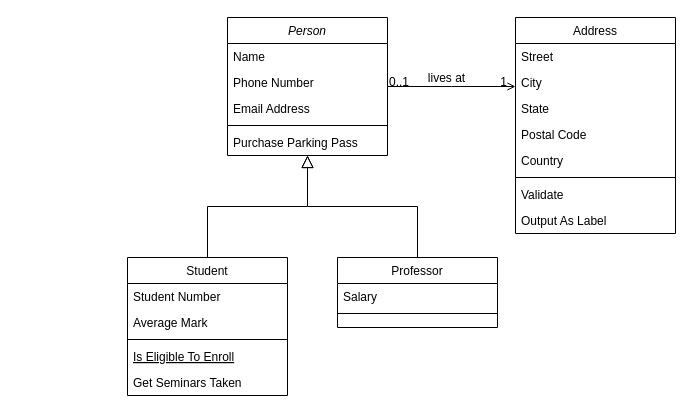
The draw.io diagram LinkShare Class Diagram.drawio in VinCoD/ERDs, before the edit. Source tidied: cells renumbered, new cells numbered last; positions are measured from the earlier drawing's top-left corner, leaving out a move shared by most shapes. Both pictures are drawn from the tidied source at 100%, with x=0, y=0 at pixel (127, 17).
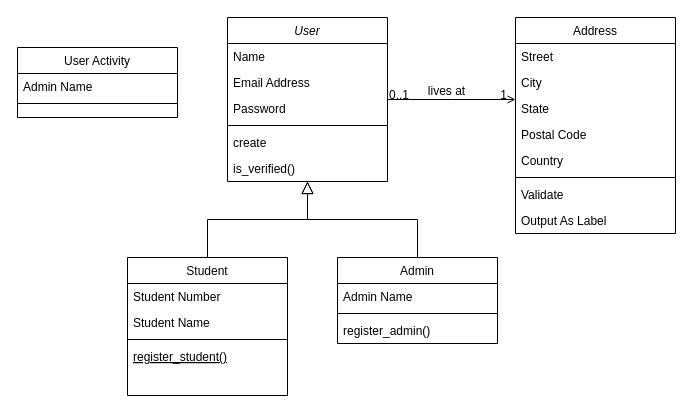
The same page after the edit.

The change refers to these unchanged cells:
```xml
<mxCell id="8" value="Student" style="swimlane;fontStyle=0;align=center;verticalAlign=top;horizontal=1;startSize=26;rounded=0;shadow=0;strokeWidth=1;" parent="1" vertex="1">
  <mxGeometry y="240" width="160" height="138" as="geometry" />
</mxCell>
```

Diff of the diagram source:
```diff
@@
-    <mxCell id="2" value="Person" style="swimlane;fontStyle=2;align=center;verticalAlign=top;horizontal=1;startSize=26;rounded=0;shadow=0;strokeWidth=1;" parent="1" vertex="1">
-      <mxGeometry x="100" width="160" height="138" as="geometry" />
+    <mxCell id="2" value="User" style="swimlane;fontStyle=2;align=center;verticalAlign=top;horizontal=1;startSize=26;rounded=0;shadow=0;strokeWidth=1;" parent="1" vertex="1">
+      <mxGeometry x="100" width="160" height="164" as="geometry" />
     </mxCell>
@@
-    <mxCell id="4" value="Phone Number" style="text;align=left;verticalAlign=top;spacingLeft=4;spacingRight=4;overflow=hidden;rounded=0;shadow=0;html=0;" parent="2" vertex="1">
-      <mxGeometry y="52" width="160" height="26" as="geometry" />
-    </mxCell>
     <mxCell id="5" value="Email Address" style="text;align=left;verticalAlign=top;spacingLeft=4;spacingRight=4;overflow=hidden;rounded=0;shadow=0;html=0;" parent="2" vertex="1">
-      <mxGeometry y="78" width="160" height="26" as="geometry" />
+      <mxGeometry y="52" width="160" height="26" as="geometry" />
     </mxCell>
+    <mxCell id="7" value="Password" style="text;align=left;verticalAlign=top;spacingLeft=4;spacingRight=4;overflow=hidden;" parent="2" vertex="1">
+      <mxGeometry y="78" width="160" height="26" as="geometry" />
+    </mxCell>
@@
-    <mxCell id="7" value="Purchase Parking Pass" style="text;align=left;verticalAlign=top;spacingLeft=4;spacingRight=4;overflow=hidden;" parent="2" vertex="1">
-      <mxGeometry y="112" width="160" height="26" as="geometry" />
-    </mxCell>
+    <mxCell id="32" value="create" style="text;align=left;verticalAlign=top;spacingLeft=4;spacingRight=4;overflow=hidden;rounded=0;shadow=0;html=0;" parent="2" vertex="1">
+      <mxGeometry y="112" width="160" height="26" as="geometry" />
+    </mxCell>
+    <mxCell id="33" value="is_verified()" style="text;align=left;verticalAlign=top;spacingLeft=4;spacingRight=4;overflow=hidden;rounded=0;shadow=0;html=0;" parent="2" vertex="1">
+      <mxGeometry y="138" width="160" height="26" as="geometry" />
+    </mxCell>
@@
-    <mxCell id="10" value="Average Mark" style="text;align=left;verticalAlign=top;spacingLeft=4;spacingRight=4;overflow=hidden;rounded=0;shadow=0;html=0;" parent="8" vertex="1">
+    <mxCell id="10" value="Student Name" style="text;align=left;verticalAlign=top;spacingLeft=4;spacingRight=4;overflow=hidden;rounded=0;shadow=0;html=0;" parent="8" vertex="1">
       <mxGeometry y="52" width="160" height="26" as="geometry" />
     </mxCell>
@@
-    <mxCell id="12" value="Is Eligible To Enroll" style="text;align=left;verticalAlign=top;spacingLeft=4;spacingRight=4;overflow=hidden;fontStyle=4;" parent="8" vertex="1">
+    <mxCell id="12" value="register_student()" style="text;align=left;verticalAlign=top;spacingLeft=4;spacingRight=4;overflow=hidden;fontStyle=4;" parent="8" vertex="1">
       <mxGeometry y="86" width="160" height="26" as="geometry" />
     </mxCell>
-    <mxCell id="13" value="Get Seminars Taken" style="text;align=left;verticalAlign=top;spacingLeft=4;spacingRight=4;overflow=hidden;" parent="8" vertex="1">
-      <mxGeometry y="112" width="160" height="26" as="geometry" />
-    </mxCell>
@@
-    <mxCell id="15" value="Professor" style="swimlane;fontStyle=0;align=center;verticalAlign=top;horizontal=1;startSize=26;rounded=0;shadow=0;strokeWidth=1;" parent="1" vertex="1">
-      <mxGeometry x="210" y="240" width="160" height="70" as="geometry" />
+    <mxCell id="15" value="Admin" style="swimlane;fontStyle=0;align=center;verticalAlign=top;horizontal=1;startSize=26;rounded=0;shadow=0;strokeWidth=1;" parent="1" vertex="1">
+      <mxGeometry x="210" y="240" width="160" height="86" as="geometry" />
     </mxCell>
-    <mxCell id="16" value="Salary" style="text;align=left;verticalAlign=top;spacingLeft=4;spacingRight=4;overflow=hidden;" parent="15" vertex="1">
+    <mxCell id="16" value="Admin Name" style="text;align=left;verticalAlign=top;spacingLeft=4;spacingRight=4;overflow=hidden;" parent="15" vertex="1">
       <mxGeometry y="26" width="160" height="26" as="geometry" />
     </mxCell>
@@
+    <mxCell id="34" value="register_admin()" style="text;align=left;verticalAlign=top;spacingLeft=4;spacingRight=4;overflow=hidden;" parent="15" vertex="1">
+      <mxGeometry y="60" width="160" height="26" as="geometry" />
+    </mxCell>
@@
+    <mxCell id="35" value="User Activity" style="swimlane;fontStyle=0;align=center;verticalAlign=top;horizontal=1;startSize=26;rounded=0;shadow=0;strokeWidth=1;" parent="1" vertex="1">
+      <mxGeometry x="-110" y="30" width="160" height="70" as="geometry" />
+    </mxCell>
+    <mxCell id="36" value="Admin Name" style="text;align=left;verticalAlign=top;spacingLeft=4;spacingRight=4;overflow=hidden;" parent="35" vertex="1">
+      <mxGeometry y="26" width="160" height="26" as="geometry" />
+    </mxCell>
+    <mxCell id="37" style="line;html=1;strokeWidth=1;align=left;verticalAlign=middle;spacingTop=-1;spacingLeft=3;spacingRight=3;labelPosition=right;" parent="35" vertex="1">
+      <mxGeometry y="52" width="160" height="8" as="geometry" />
+    </mxCell>
```
